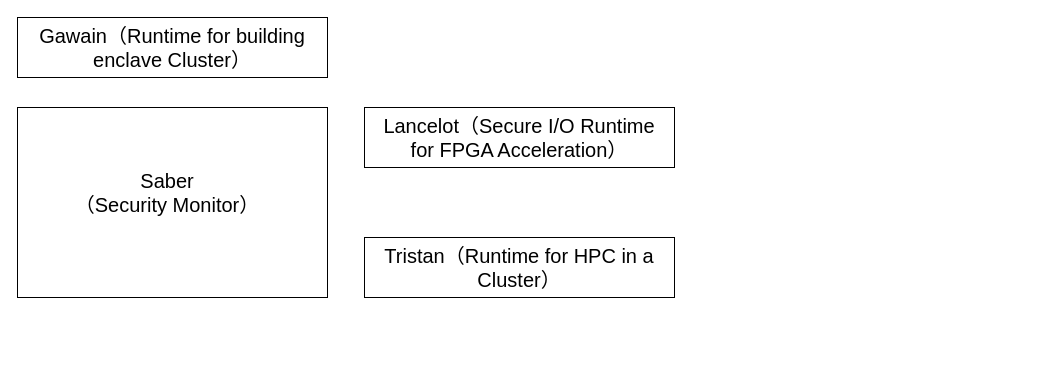
This is page "SM & RT" (3 of 6) of saber.drawio from Zou1c/tmp, a draw.io file, before an edit. Source tidied: cells renumbered, new cells numbered last; positions are measured from the earlier drawing's top-left corner, leaving out a move shared by most shapes. Both pictures are drawn from the tidied source at 100%, with x=0, y=0 at pixel (17, 17).
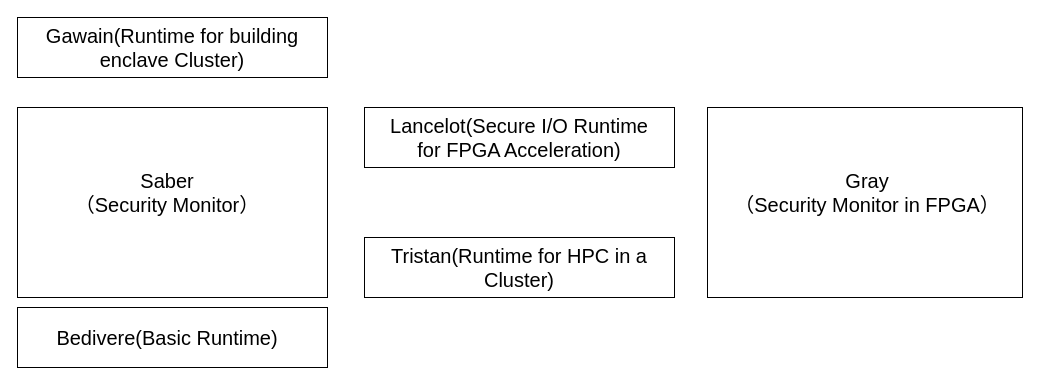
After the change.

The edit, as a diff of the source:
```diff
@@
 <mxGraphModel>
   <root>
     <mxCell id="0" />
     <mxCell id="1" parent="0" />
     <mxCell id="2" style="rounded=0;whiteSpace=wrap;html=1;" parent="1" vertex="1">
       <mxGeometry y="90" width="310" height="190" as="geometry" />
     </mxCell>
     <mxCell id="3" value="Saber&lt;div&gt;（Security Monitor）&lt;/div&gt;" style="text;html=1;align=center;verticalAlign=middle;whiteSpace=wrap;rounded=0;fontSize=20;" parent="1" vertex="1">
       <mxGeometry x="30" y="150" width="240" height="50" as="geometry" />
     </mxCell>
     <mxCell id="4" style="rounded=0;whiteSpace=wrap;html=1;" parent="1" vertex="1">
       <mxGeometry width="310" height="60" as="geometry" />
     </mxCell>
-    <mxCell id="5" value="Gawain（Runtime for building enclave Cluster）" style="text;html=1;align=center;verticalAlign=middle;whiteSpace=wrap;rounded=0;fontSize=20;" parent="1" vertex="1">
+    <mxCell id="5" value="Gawain(Runtime for building enclave Cluster)" style="text;html=1;align=center;verticalAlign=middle;whiteSpace=wrap;rounded=0;fontSize=20;" parent="1" vertex="1">
       <mxGeometry x="15" y="15" width="280" height="30" as="geometry" />
     </mxCell>
     <mxCell id="6" style="rounded=0;whiteSpace=wrap;html=1;" parent="1" vertex="1">
       <mxGeometry x="347" y="90" width="310" height="60" as="geometry" />
     </mxCell>
-    <mxCell id="7" value="Lancelot（Secure I/O Runtime for FPGA Acceleration）" style="text;html=1;align=center;verticalAlign=middle;whiteSpace=wrap;rounded=0;fontSize=20;" parent="1" vertex="1">
+    <mxCell id="7" value="Lancelot(Secure I/O Runtime for FPGA Acceleration)" style="text;html=1;align=center;verticalAlign=middle;whiteSpace=wrap;rounded=0;fontSize=20;" parent="1" vertex="1">
       <mxGeometry x="362" y="105" width="280" height="30" as="geometry" />
     </mxCell>
     <mxCell id="8" style="rounded=0;whiteSpace=wrap;html=1;" parent="1" vertex="1">
       <mxGeometry x="347" y="220" width="310" height="60" as="geometry" />
     </mxCell>
-    <mxCell id="9" value="Tristan（Runtime for HPC in a Cluster）" style="text;html=1;align=center;verticalAlign=middle;whiteSpace=wrap;rounded=0;fontSize=20;" parent="1" vertex="1">
+    <mxCell id="9" value="Tristan(Runtime for HPC in a Cluster)" style="text;html=1;align=center;verticalAlign=middle;whiteSpace=wrap;rounded=0;fontSize=20;" parent="1" vertex="1">
       <mxGeometry x="362" y="235" width="280" height="30" as="geometry" />
     </mxCell>
+    <mxCell id="10" style="rounded=0;whiteSpace=wrap;html=1;" parent="1" vertex="1">
+      <mxGeometry x="690" y="90" width="315" height="190" as="geometry" />
+    </mxCell>
+    <mxCell id="11" value="Gray&lt;br&gt;&lt;div&gt;（Security Monitor in FPGA）&lt;/div&gt;" style="text;html=1;align=center;verticalAlign=middle;whiteSpace=wrap;rounded=0;fontSize=20;" parent="1" vertex="1">
+      <mxGeometry x="700" y="150" width="300" height="50" as="geometry" />
+    </mxCell>
+    <mxCell id="12" style="rounded=0;whiteSpace=wrap;html=1;" parent="1" vertex="1">
+      <mxGeometry y="290" width="310" height="60" as="geometry" />
+    </mxCell>
+    <mxCell id="13" value="Bedivere(Basic Runtime)" style="text;html=1;align=center;verticalAlign=middle;whiteSpace=wrap;rounded=0;fontSize=20;" parent="1" vertex="1">
+      <mxGeometry x="10" y="305" width="280" height="30" as="geometry" />
+    </mxCell>
   </root>
 </mxGraphModel>
```
